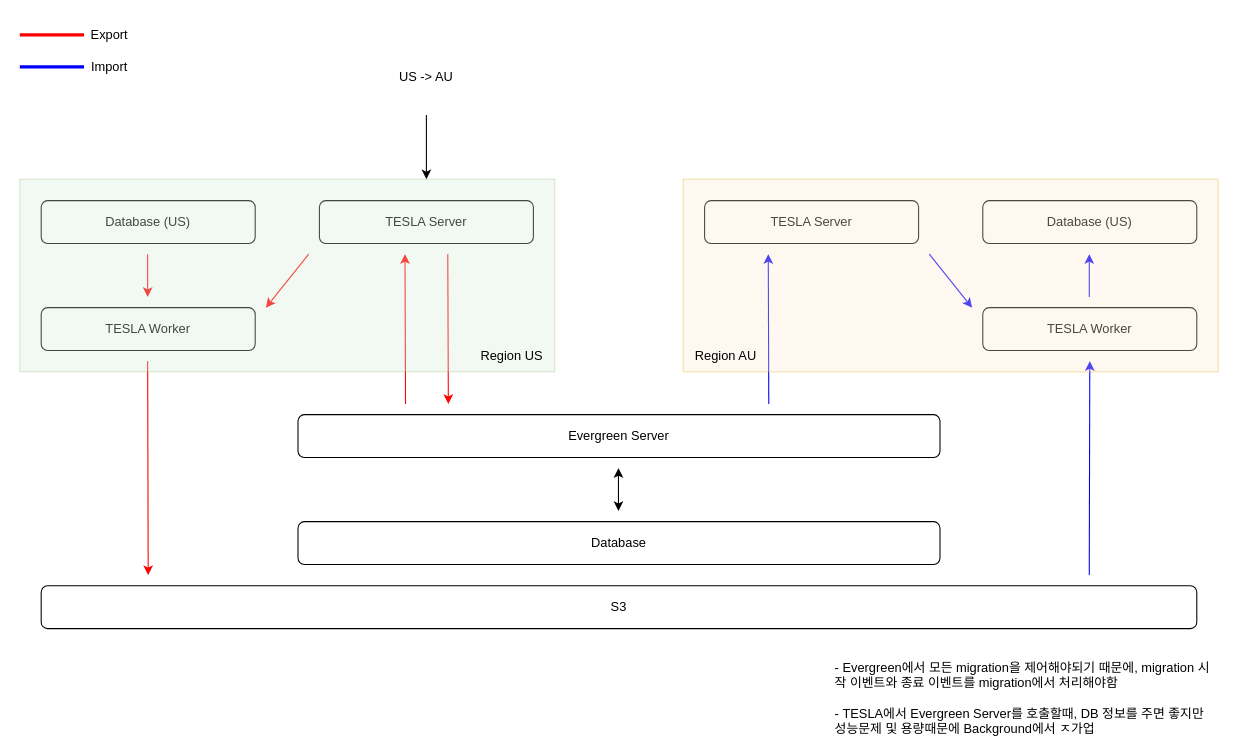
The draw.io diagram cupix.drawio in minhob38/drawio, before the edit. Source tidied: cells renumbered, new cells numbered last; positions are measured from the earlier drawing's top-left corner, leaving out a move shared by most shapes. Both pictures are drawn from the tidied source at 107%, with x=0, y=0 at pixel (19, 18).
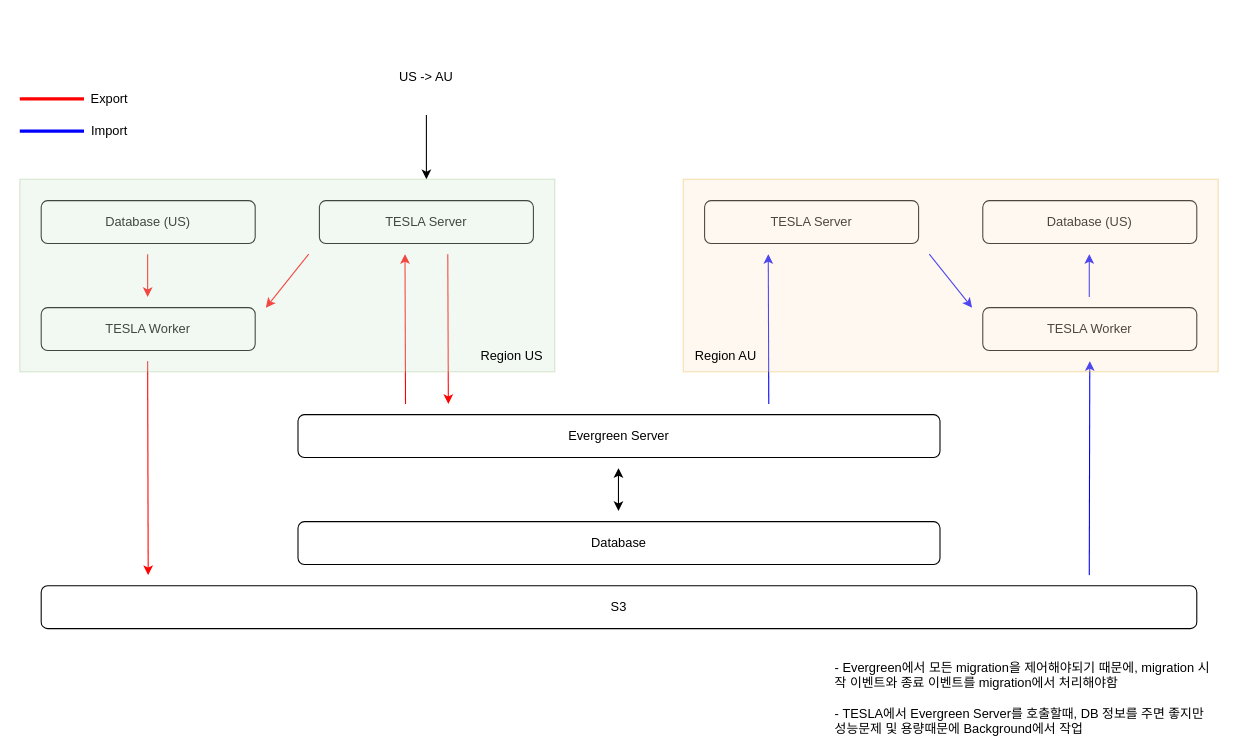
Above is the later version.

Diff of the diagram source:
```diff
@@
-    <mxCell id="16" value="- Evergreen에서 모든 migration을 제어해야되기 때문에, migration 시작 이벤트와 종료 이벤트를 migration에서 처리해야함&lt;br&gt;&lt;br&gt;- TESLA에서 Evergreen Server를 호출할때, DB 정보를 주면 좋지만 성능문제 및 용량때문에 Background에서 ㅈ가업" style="text;html=1;align=left;verticalAlign=middle;whiteSpace=wrap;rounded=0;" parent="1" vertex="1">
+    <mxCell id="16" value="- Evergreen에서 모든 migration을 제어해야되기 때문에, migration 시작 이벤트와 종료 이벤트를 migration에서 처리해야함&lt;br&gt;&lt;br&gt;- TESLA에서 Evergreen Server를 호출할때, DB 정보를 주면 좋지만 성능문제 및 용량때문에 Background에서 작업" style="text;html=1;align=left;verticalAlign=middle;whiteSpace=wrap;rounded=0;" parent="1" vertex="1">
       <mxGeometry x="760" y="620" width="360" height="30" as="geometry" />
     </mxCell>
@@
     <mxCell id="26" style="endArrow=none;html=1;rounded=0;strokeColor=#FF0000;endFill=0;strokeWidth=3;" parent="1" edge="1">
       <mxGeometry relative="1" as="geometry">
-        <mxPoint y="15" as="sourcePoint" />
-        <mxPoint x="60" y="15" as="targetPoint" />
+        <mxPoint y="75" as="sourcePoint" />
+        <mxPoint x="60" y="75" as="targetPoint" />
       </mxGeometry>
     </mxCell>
     <mxCell id="27" style="endArrow=none;html=1;rounded=0;strokeColor=#0000FF;endFill=0;strokeWidth=3;" parent="1" edge="1">
       <mxGeometry relative="1" as="geometry">
-        <mxPoint y="45" as="sourcePoint" />
-        <mxPoint x="60" y="45" as="targetPoint" />
+        <mxPoint y="105" as="sourcePoint" />
+        <mxPoint x="60" y="105" as="targetPoint" />
       </mxGeometry>
     </mxCell>
     <mxCell id="28" value="Export" style="text;html=1;align=center;verticalAlign=middle;whiteSpace=wrap;rounded=0;" parent="1" vertex="1">
-      <mxGeometry x="54" width="60" height="30" as="geometry" />
+      <mxGeometry x="54" y="60" width="60" height="30" as="geometry" />
     </mxCell>
     <mxCell id="29" value="Import" style="text;html=1;align=center;verticalAlign=middle;whiteSpace=wrap;rounded=0;" parent="1" vertex="1">
-      <mxGeometry x="54" y="30" width="60" height="30" as="geometry" />
+      <mxGeometry x="54" y="90" width="60" height="30" as="geometry" />
     </mxCell>
```
